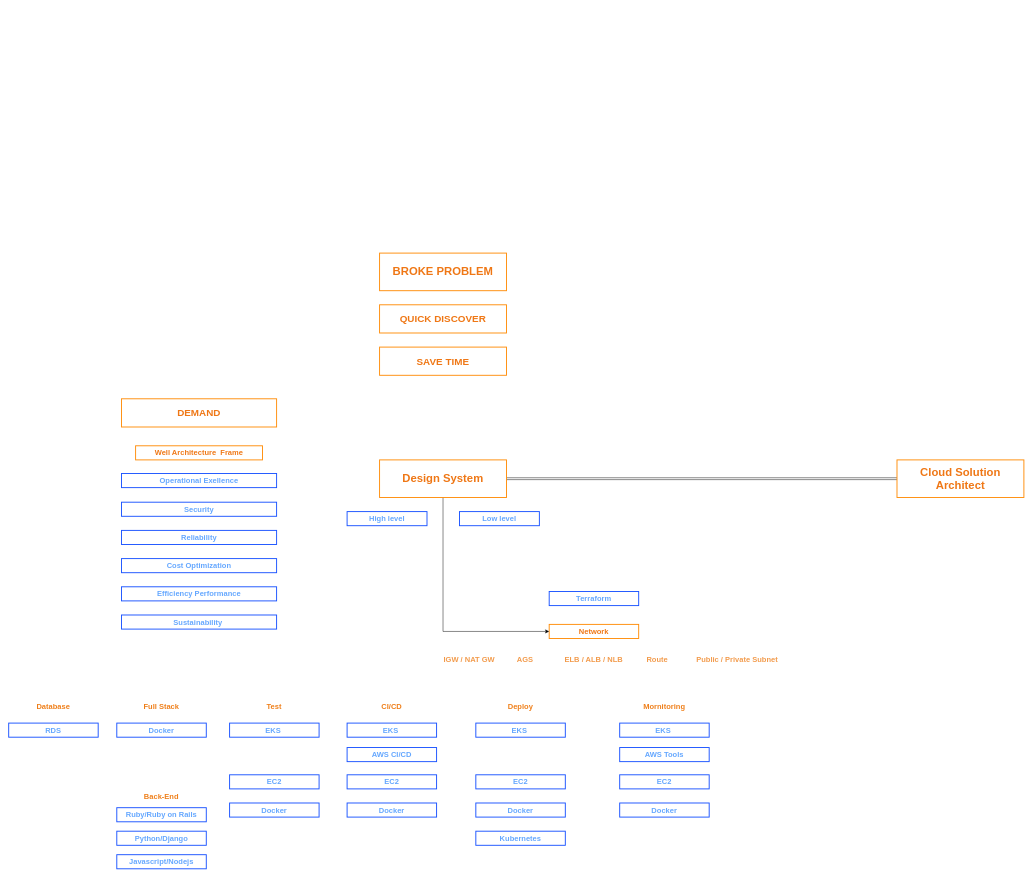
Earlier version of the draw.io diagram MindSet.drawio (HoangGuruu/drawCloud). Source tidied: cells renumbered, new cells numbered last; positions are measured from the earlier drawing's top-left corner, leaving out a move shared by most shapes. Both pictures are drawn from the tidied source at 47%, with x=0, y=0 at pixel (8, 253).
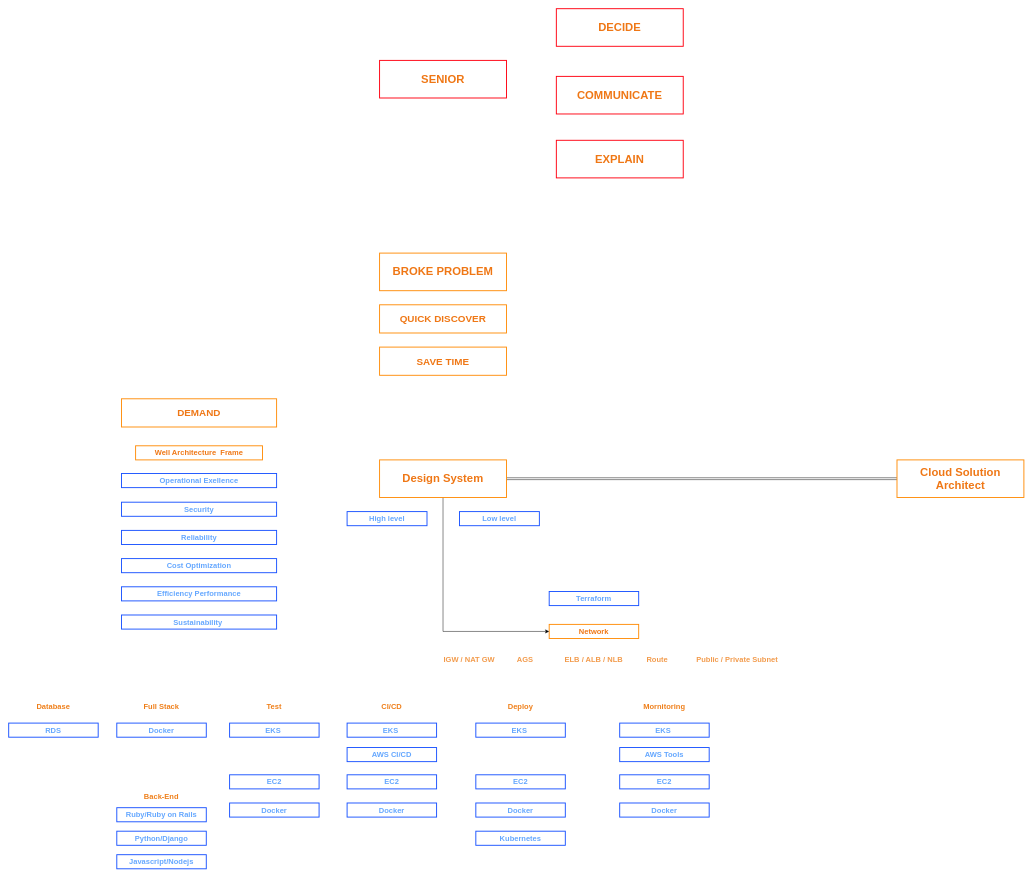
The same page after the edit.

Commit message:
Cập nhật MindSet.drawio

Change to the diagram source:
```diff
@@
+    <mxCell id="53" value="&lt;span style=&quot;font-size: 24px;&quot;&gt;SENIOR&lt;/span&gt;" style="text;html=1;strokeColor=#FF0011;fillColor=none;align=center;verticalAlign=middle;whiteSpace=wrap;rounded=0;fontSize=16;fontStyle=1;fontColor=#ef7715;strokeWidth=2;" parent="1" vertex="1">
+      <mxGeometry x="789.1" y="-410" width="270" height="80" as="geometry" />
+    </mxCell>
+    <mxCell id="54" value="&lt;span style=&quot;font-size: 24px;&quot;&gt;DECIDE&lt;/span&gt;" style="text;html=1;strokeColor=#FF0011;fillColor=none;align=center;verticalAlign=middle;whiteSpace=wrap;rounded=0;fontSize=16;fontStyle=1;fontColor=#ef7715;strokeWidth=2;" parent="1" vertex="1">
+      <mxGeometry x="1165.2" y="-520" width="270" height="80" as="geometry" />
+    </mxCell>
+    <mxCell id="55" value="&lt;span style=&quot;font-size: 24px;&quot;&gt;COMMUNICATE&lt;/span&gt;" style="text;html=1;strokeColor=#FF0011;fillColor=none;align=center;verticalAlign=middle;whiteSpace=wrap;rounded=0;fontSize=16;fontStyle=1;fontColor=#ef7715;strokeWidth=2;" parent="1" vertex="1">
+      <mxGeometry x="1165.2" y="-376" width="270" height="80" as="geometry" />
+    </mxCell>
+    <mxCell id="56" value="&lt;span style=&quot;font-size: 24px;&quot;&gt;EXPLAIN&lt;/span&gt;" style="text;html=1;strokeColor=#FF0011;fillColor=none;align=center;verticalAlign=middle;whiteSpace=wrap;rounded=0;fontSize=16;fontStyle=1;fontColor=#ef7715;strokeWidth=2;" parent="1" vertex="1">
+      <mxGeometry x="1165.2" y="-240" width="270" height="80" as="geometry" />
+    </mxCell>
```
